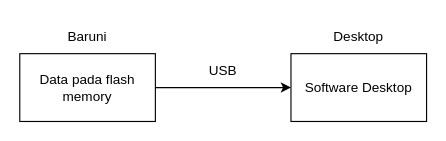
frostdev03/SerialTo keeps this draw.io diagram as .flow/coms.drawio. Above is the earlier version. Source tidied: cells renumbered, new cells numbered last; positions are measured from the earlier drawing's top-left corner, leaving out a move shared by most shapes. Both pictures are drawn from the tidied source at 113%, with x=0, y=0 at pixel (19, 19).
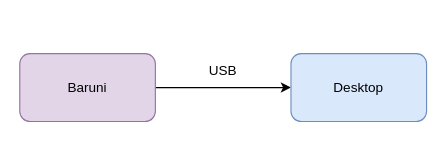
After the change.

The edit, as a diff of the source:
```diff
@@
 <mxGraphModel>
   <root>
     <mxCell id="0" />
     <mxCell id="1" parent="0" />
     <mxCell id="2" style="edgeStyle=none;html=1;entryX=0;entryY=0.5;entryDx=0;entryDy=0;" parent="1" edge="1" source="3" target="4">
       <mxGeometry relative="1" as="geometry" />
     </mxCell>
-    <mxCell id="3" value="Data pada flash memory" style="rounded=0;whiteSpace=wrap;html=1;" parent="1" vertex="1">
+    <mxCell id="3" style="rounded=1;whiteSpace=wrap;html=1;fillStyle=solid;fillColor=#e1d5e7;strokeColor=#9673a6;" parent="1" vertex="1">
       <mxGeometry y="30" width="120" height="60" as="geometry" />
     </mxCell>
-    <mxCell id="4" value="Software Desktop" style="rounded=0;whiteSpace=wrap;html=1;" parent="1" vertex="1">
+    <mxCell id="4" style="rounded=1;whiteSpace=wrap;html=1;fillColor=#dae8fc;strokeColor=#6c8ebf;" parent="1" vertex="1">
       <mxGeometry x="240" y="30" width="120" height="60" as="geometry" />
     </mxCell>
     <mxCell id="5" value="Baruni" style="text;html=1;align=center;verticalAlign=middle;whiteSpace=wrap;rounded=0;" parent="1" vertex="1">
-      <mxGeometry x="30" width="60" height="30" as="geometry" />
+      <mxGeometry x="30" y="45" width="60" height="30" as="geometry" />
     </mxCell>
     <mxCell id="6" value="Desktop" style="text;html=1;align=center;verticalAlign=middle;whiteSpace=wrap;rounded=0;" parent="1" vertex="1">
-      <mxGeometry x="270" width="60" height="30" as="geometry" />
+      <mxGeometry x="270" y="45" width="60" height="30" as="geometry" />
     </mxCell>
     <mxCell id="7" value="USB" style="text;html=1;align=center;verticalAlign=middle;whiteSpace=wrap;rounded=0;" parent="1" vertex="1">
       <mxGeometry x="150" y="30" width="60" height="30" as="geometry" />
     </mxCell>
   </root>
 </mxGraphModel>
```
